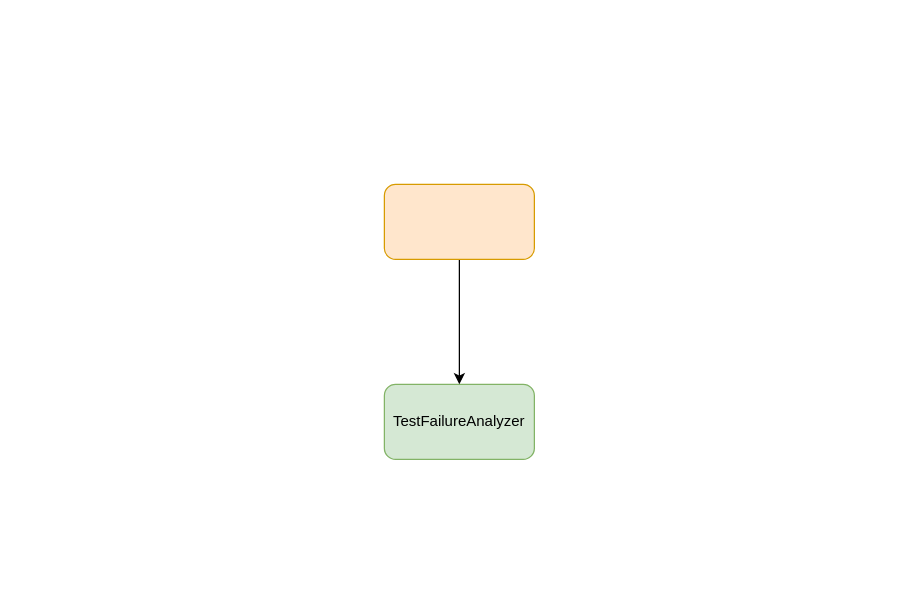
Earlier version of the draw.io diagram page "ReadinessChecker" (4 of 4) of samples/sample.drawio (plainionist/Plainion.DrawVista). Source tidied: cells renumbered, new cells numbered last; positions are measured from the earlier drawing's top-left corner, leaving out a move shared by most shapes. Both pictures are drawn from the tidied source at 125%, with x=0, y=0 at pixel (384, 184).
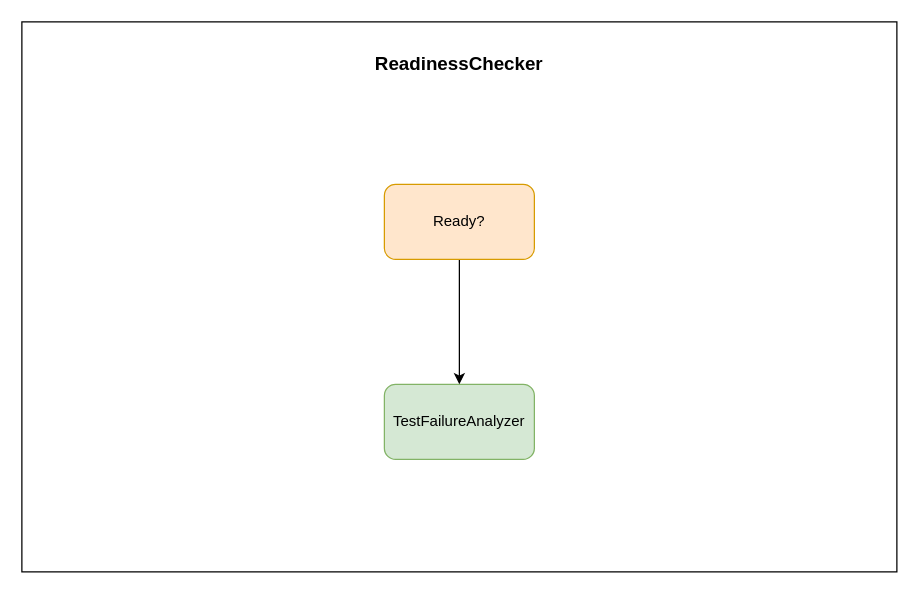
The same page after the edit.

What changed in the source:
```diff
@@
 <mxGraphModel>
   <root>
     <mxCell id="0" />
     <mxCell id="1" parent="0" />
+    <mxCell id="5" value="&lt;br&gt;ReadinessChecker" style="rounded=0;whiteSpace=wrap;html=1;fontSize=15;fillColor=default;verticalAlign=top;fontStyle=1;" parent="1" vertex="1">
+      <mxGeometry x="-290" y="-130" width="700" height="440" as="geometry" />
+    </mxCell>
     <mxCell id="2" value="TestFailureAnalyzer" style="rounded=1;whiteSpace=wrap;html=1;fillColor=#d5e8d4;strokeColor=#82b366;" parent="1" vertex="1">
       <mxGeometry y="160" width="120" height="60" as="geometry" />
     </mxCell>
     <mxCell id="3" style="edgeStyle=orthogonalEdgeStyle;rounded=0;jettySize=auto;html=1;entryX=0.5;entryY=0;entryDx=0;entryDy=0;" parent="1" edge="1" source="4" target="2">
       <mxGeometry relative="1" as="geometry" />
     </mxCell>
-    <mxCell id="4" style="rounded=1;whiteSpace=wrap;html=1;fillColor=#ffe6cc;strokeColor=#d79b00;" parent="1" vertex="1">
+    <mxCell id="4" value="Ready?" style="rounded=1;whiteSpace=wrap;html=1;fillColor=#ffe6cc;strokeColor=#d79b00;" parent="1" vertex="1">
       <mxGeometry width="120" height="60" as="geometry" />
     </mxCell>
   </root>
 </mxGraphModel>
```
